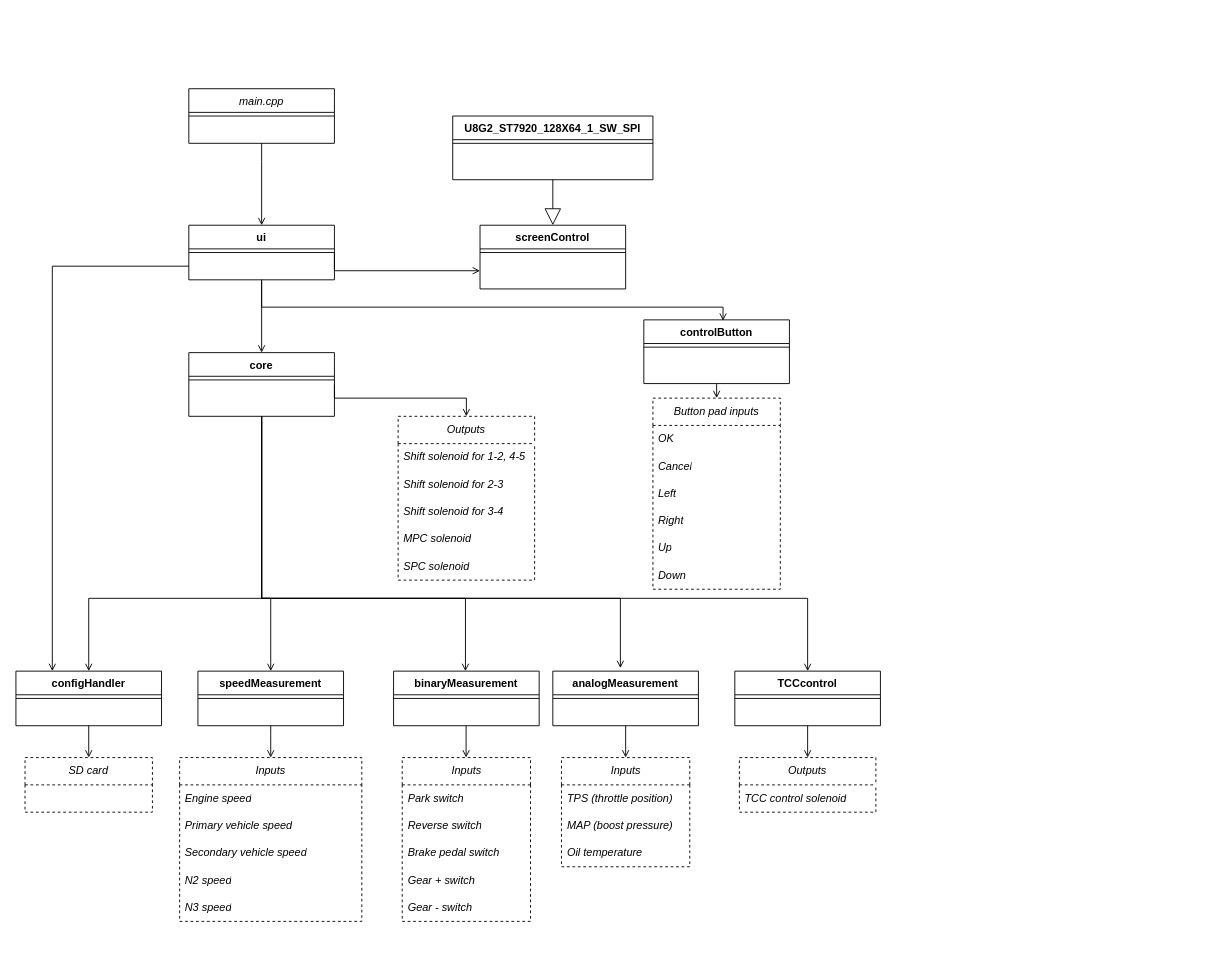
This is Class Diagram.drawio from tkontrol/dueATC, a draw.io file, before an edit. Source tidied: cells renumbered, new cells numbered last; positions are measured from the earlier drawing's top-left corner, leaving out a move shared by most shapes. Both pictures are drawn from the tidied source at 91%, with x=0, y=0 at pixel (15, 88).
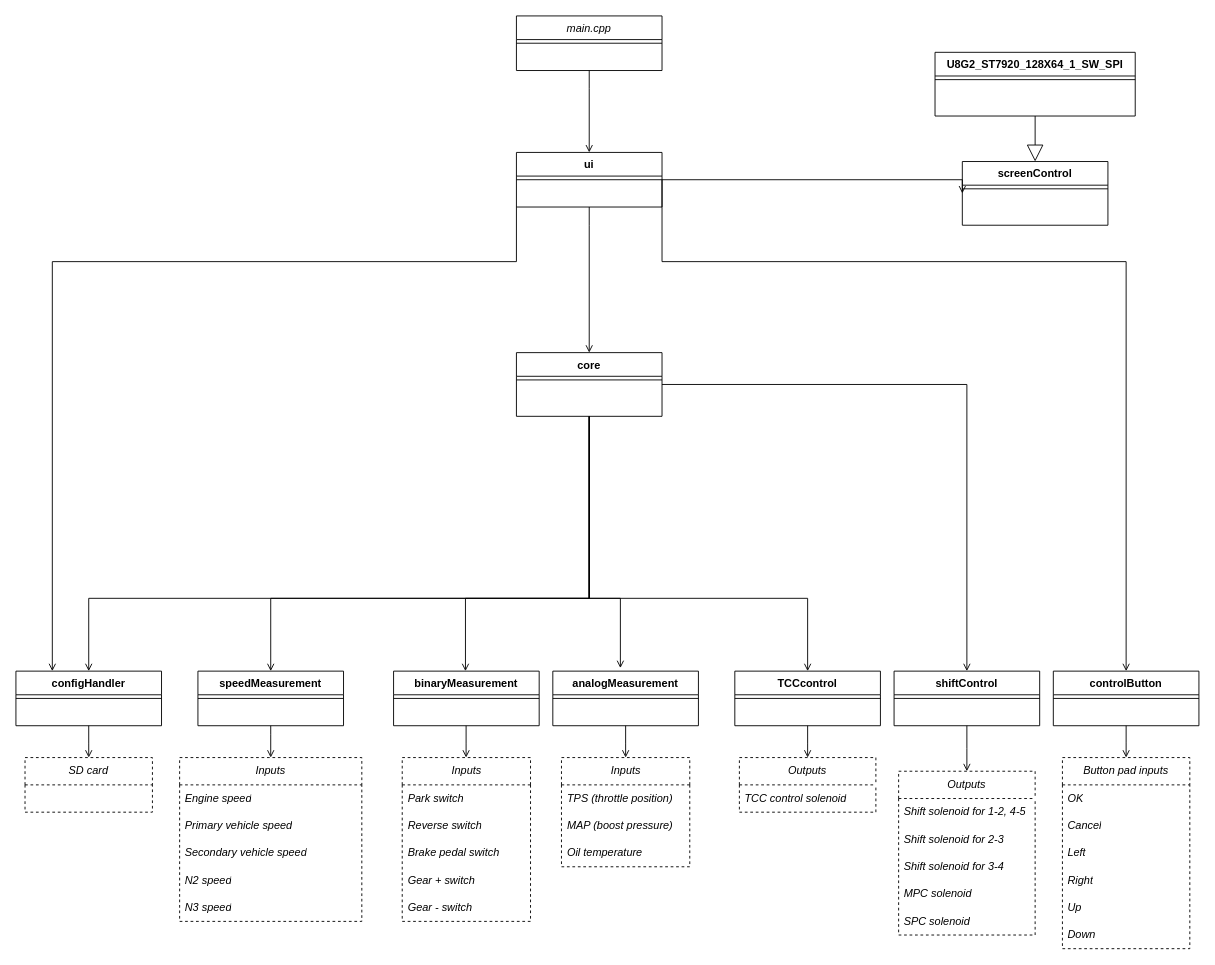
The same diagram, later.

Commit message:
Updated class diagram

Unchanged cells that the change refers to:
```xml
<mxCell id="3" style="line;html=1;strokeWidth=1;align=left;verticalAlign=middle;spacingTop=-1;spacingLeft=3;spacingRight=3;labelPosition=right;points=[];portConstraint=eastwest;" parent="2" vertex="1">
  <mxGeometry y="26" width="160" height="8" as="geometry" />
</mxCell>
<mxCell id="11" value="configHandler" style="swimlane;fontStyle=1;align=center;verticalAlign=top;horizontal=1;startSize=26;rounded=0;shadow=0;strokeWidth=1;" parent="1" vertex="1">
  <mxGeometry y="640" width="160" height="60" as="geometry" />
</mxCell>
<mxCell id="13" value="analogMeasurement" style="swimlane;fontStyle=1;align=center;verticalAlign=top;horizontal=1;startSize=26;rounded=0;shadow=0;strokeWidth=1;" parent="1" vertex="1">
  <mxGeometry x="590" y="640" width="160" height="60" as="geometry" />
</mxCell>
<mxCell id="15" value="TCCcontrol" style="swimlane;fontStyle=1;align=center;verticalAlign=top;horizontal=1;startSize=26;rounded=0;shadow=0;strokeWidth=1;" parent="1" vertex="1">
  <mxGeometry x="790" y="640" width="160" height="60" as="geometry" />
</mxCell>
```

Change to the diagram source:
```diff
@@
     <mxCell id="2" value="ui" style="swimlane;fontStyle=1;align=center;verticalAlign=top;horizontal=1;startSize=26;rounded=0;shadow=0;strokeWidth=1;" parent="1" vertex="1">
-      <mxGeometry x="190" y="150" width="160" height="60" as="geometry" />
+      <mxGeometry x="550" y="70" width="160" height="60" as="geometry" />
     </mxCell>
@@
     <mxCell id="4" value="core" style="swimlane;fontStyle=1;align=center;verticalAlign=top;horizontal=1;startSize=26;rounded=0;shadow=0;strokeWidth=1;" parent="1" vertex="1">
-      <mxGeometry x="190" y="290" width="160" height="70" as="geometry" />
+      <mxGeometry x="550" y="290" width="160" height="70" as="geometry" />
     </mxCell>
@@
     <mxCell id="9" value="main.cpp" style="swimlane;fontStyle=2;align=center;verticalAlign=top;horizontal=1;startSize=26;rounded=0;shadow=0;strokeWidth=1;" parent="1" vertex="1">
-      <mxGeometry x="190" width="160" height="60" as="geometry" />
+      <mxGeometry x="550" y="-80" width="160" height="60" as="geometry" />
     </mxCell>
@@
     <mxCell id="17" style="endArrow=open;shadow=0;strokeWidth=1;rounded=0;endFill=1;edgeStyle=elbowEdgeStyle;elbow=vertical;exitX=0.5;exitY=1;exitDx=0;exitDy=0;entryX=0.464;entryY=-0.056;entryDx=0;entryDy=0;entryPerimeter=0;" parent="1" edge="1" source="4" target="13">
       <mxGeometry x="0.5" y="41" relative="1" as="geometry">
         <Array as="points">
-          <mxPoint x="330" y="560" />
+          <mxPoint x="560" y="560" />
         </Array>
         <mxPoint x="-40" y="32" as="offset" />
       </mxGeometry>
     </mxCell>
     <mxCell id="18" style="endArrow=open;shadow=0;strokeWidth=1;rounded=0;endFill=1;edgeStyle=elbowEdgeStyle;elbow=vertical;exitX=0.5;exitY=1;exitDx=0;exitDy=0;entryX=0.5;entryY=0;entryDx=0;entryDy=0;" parent="1" edge="1" source="4" target="15">
       <mxGeometry x="0.5" y="41" relative="1" as="geometry">
         <Array as="points">
+          <mxPoint x="700" y="560" />
           <mxPoint x="420" y="560" />
         </Array>
         <mxPoint x="-40" y="32" as="offset" />
       </mxGeometry>
     </mxCell>
@@
-    <mxCell id="20" style="endArrow=open;shadow=0;strokeWidth=1;rounded=0;endFill=1;edgeStyle=elbowEdgeStyle;elbow=vertical;exitX=0;exitY=0.75;exitDx=0;exitDy=0;entryX=0.25;entryY=0;entryDx=0;entryDy=0;" parent="1" edge="1" source="2" target="11">
+    <mxCell id="20" style="endArrow=open;shadow=0;strokeWidth=1;rounded=0;endFill=1;edgeStyle=elbowEdgeStyle;elbow=vertical;exitX=0;exitY=1;exitDx=0;exitDy=0;entryX=0.25;entryY=0;entryDx=0;entryDy=0;" parent="1" edge="1" source="2" target="11">
       <mxGeometry x="0.5" y="41" relative="1" as="geometry">
         <Array as="points">
+          <mxPoint x="520" y="190" />
           <mxPoint x="90" y="195" />
         </Array>
         <mxPoint x="-40" y="32" as="offset" />
       </mxGeometry>
     </mxCell>
     <mxCell id="21" value="controlButton" style="swimlane;fontStyle=1;align=center;verticalAlign=top;horizontal=1;startSize=26;rounded=0;shadow=0;strokeWidth=1;" parent="1" vertex="1">
-      <mxGeometry x="690" y="254" width="160" height="70" as="geometry" />
+      <mxGeometry x="1140" y="640" width="160" height="60" as="geometry" />
     </mxCell>
@@
     <mxCell id="23" value="screenControl" style="swimlane;fontStyle=1;align=center;verticalAlign=top;horizontal=1;startSize=26;rounded=0;shadow=0;strokeWidth=1;" parent="1" vertex="1">
-      <mxGeometry x="510" y="150" width="160" height="70" as="geometry" />
+      <mxGeometry x="1040" y="80" width="160" height="70" as="geometry" />
     </mxCell>
@@
-    <mxCell id="25" style="endArrow=open;shadow=0;strokeWidth=1;rounded=0;endFill=1;edgeStyle=elbowEdgeStyle;elbow=vertical;exitX=0.5;exitY=1;exitDx=0;exitDy=0;entryX=0.544;entryY=0.014;entryDx=0;entryDy=0;entryPerimeter=0;" parent="1" edge="1" source="2" target="21">
+    <mxCell id="25" style="endArrow=open;shadow=0;strokeWidth=1;rounded=0;endFill=1;edgeStyle=elbowEdgeStyle;elbow=vertical;exitX=1;exitY=0.5;exitDx=0;exitDy=0;entryX=0.5;entryY=0;entryDx=0;entryDy=0;exitPerimeter=0;" parent="1" edge="1" source="3" target="21">
       <mxGeometry x="0.5" y="41" relative="1" as="geometry">
         <Array as="points">
-          <mxPoint x="520" y="240" />
+          <mxPoint x="640" y="190" />
         </Array>
         <mxPoint x="-40" y="32" as="offset" />
       </mxGeometry>
     </mxCell>
     <mxCell id="26" style="endArrow=open;shadow=0;strokeWidth=1;rounded=0;endFill=1;edgeStyle=elbowEdgeStyle;elbow=vertical;exitX=0.5;exitY=1;exitDx=0;exitDy=0;entryX=0.5;entryY=0;entryDx=0;entryDy=0;" parent="1" edge="1" source="2" target="4">
       <mxGeometry x="0.5" y="41" relative="1" as="geometry">
         <Array as="points">
-          <mxPoint x="300" y="220" />
+          <mxPoint x="560" y="150" />
+          <mxPoint x="600" y="210" />
         </Array>
         <mxPoint x="-40" y="32" as="offset" />
       </mxGeometry>
     </mxCell>
-    <mxCell id="27" style="endArrow=open;shadow=0;strokeWidth=1;rounded=0;endFill=1;edgeStyle=elbowEdgeStyle;elbow=vertical;exitX=1;exitY=0.5;exitDx=0;exitDy=0;" parent="1" edge="1" source="2">
+    <mxCell id="27" style="endArrow=open;shadow=0;strokeWidth=1;rounded=0;endFill=1;edgeStyle=elbowEdgeStyle;elbow=vertical;exitX=1;exitY=0.5;exitDx=0;exitDy=0;entryX=0;entryY=0.5;entryDx=0;entryDy=0;" parent="1" edge="1" source="2" target="23">
       <mxGeometry x="0.5" y="41" relative="1" as="geometry">
-        <mxPoint x="510" y="200" as="targetPoint" />
         <Array as="points">
-          <mxPoint x="430" y="200" />
+          <mxPoint x="760" y="100" />
         </Array>
         <mxPoint x="-40" y="32" as="offset" />
       </mxGeometry>
     </mxCell>
     <mxCell id="28" value="U8G2_ST7920_128X64_1_SW_SPI" style="swimlane;fontStyle=1;align=center;verticalAlign=top;horizontal=1;startSize=26;rounded=0;shadow=0;strokeWidth=1;" parent="1" vertex="1">
-      <mxGeometry x="480" y="30" width="220" height="70" as="geometry" />
+      <mxGeometry x="1010" y="-40" width="220" height="70" as="geometry" />
     </mxCell>
@@
     <mxCell id="30" style="endArrow=open;shadow=0;strokeWidth=1;rounded=0;endFill=1;edgeStyle=elbowEdgeStyle;elbow=vertical;exitX=0.5;exitY=1;exitDx=0;exitDy=0;" parent="1" edge="1" source="9">
       <mxGeometry x="0.5" y="41" relative="1" as="geometry">
-        <mxPoint x="270" y="150" as="targetPoint" />
+        <mxPoint x="630" y="70" as="targetPoint" />
         <Array as="points">
-          <mxPoint x="299.6" y="80" />
+          <mxPoint x="659.6" />
         </Array>
         <mxPoint x="-40" y="32" as="offset" />
       </mxGeometry>
     </mxCell>
@@
     <mxCell id="32" value="&lt;i&gt;Outputs&lt;/i&gt;" style="swimlane;fontStyle=0;horizontal=1;startSize=30;whiteSpace=wrap;html=1;dashed=1;" parent="1" vertex="1">
-      <mxGeometry x="420" y="360" width="150" height="180" as="geometry" />
+      <mxGeometry x="970" y="750" width="150" height="180" as="geometry" />
     </mxCell>
@@
-    <mxCell id="38" style="endArrow=open;shadow=0;strokeWidth=1;rounded=0;endFill=1;edgeStyle=elbowEdgeStyle;elbow=vertical;entryX=0.5;entryY=0;entryDx=0;entryDy=0;exitX=1;exitY=0.5;exitDx=0;exitDy=0;" parent="1" edge="1" source="4" target="32">
+    <mxCell id="38" style="endArrow=open;shadow=0;strokeWidth=1;rounded=0;endFill=1;edgeStyle=elbowEdgeStyle;elbow=vertical;entryX=0.5;entryY=0;entryDx=0;entryDy=0;exitX=1;exitY=0.5;exitDx=0;exitDy=0;" parent="1" edge="1" source="4" target="74">
       <mxGeometry x="0.5" y="41" relative="1" as="geometry">
         <Array as="points">
-          <mxPoint x="490" y="340" />
+          <mxPoint x="790" y="325" />
         </Array>
         <mxPoint x="-40" y="32" as="offset" />
       </mxGeometry>
     </mxCell>
@@
     <mxCell id="41" value="&lt;i&gt;Button pad inputs&lt;/i&gt;" style="swimlane;fontStyle=0;horizontal=1;startSize=30;whiteSpace=wrap;html=1;dashed=1;" parent="1" vertex="1">
-      <mxGeometry x="700" y="340" width="140" height="210" as="geometry" />
+      <mxGeometry x="1150" y="735" width="140" height="210" as="geometry" />
     </mxCell>
@@
+    <mxCell id="74" value="shiftControl" style="swimlane;fontStyle=1;align=center;verticalAlign=top;horizontal=1;startSize=26;rounded=0;shadow=0;strokeWidth=1;" parent="1" vertex="1">
+      <mxGeometry x="965" y="640" width="160" height="60" as="geometry" />
+    </mxCell>
+    <mxCell id="75" style="line;html=1;strokeWidth=1;align=left;verticalAlign=middle;spacingTop=-1;spacingLeft=3;spacingRight=3;labelPosition=right;" parent="74" vertex="1">
+      <mxGeometry y="26" width="160" height="8" as="geometry" />
+    </mxCell>
+    <mxCell id="76" style="endArrow=open;shadow=0;strokeWidth=1;rounded=0;endFill=1;edgeStyle=elbowEdgeStyle;elbow=vertical;exitX=0.5;exitY=1;exitDx=0;exitDy=0;entryX=0.5;entryY=0;entryDx=0;entryDy=0;" parent="1" edge="1" source="74" target="32">
+      <mxGeometry x="0.5" y="41" relative="1" as="geometry">
+        <mxPoint x="-40" y="32" as="offset" />
+      </mxGeometry>
+    </mxCell>
```
